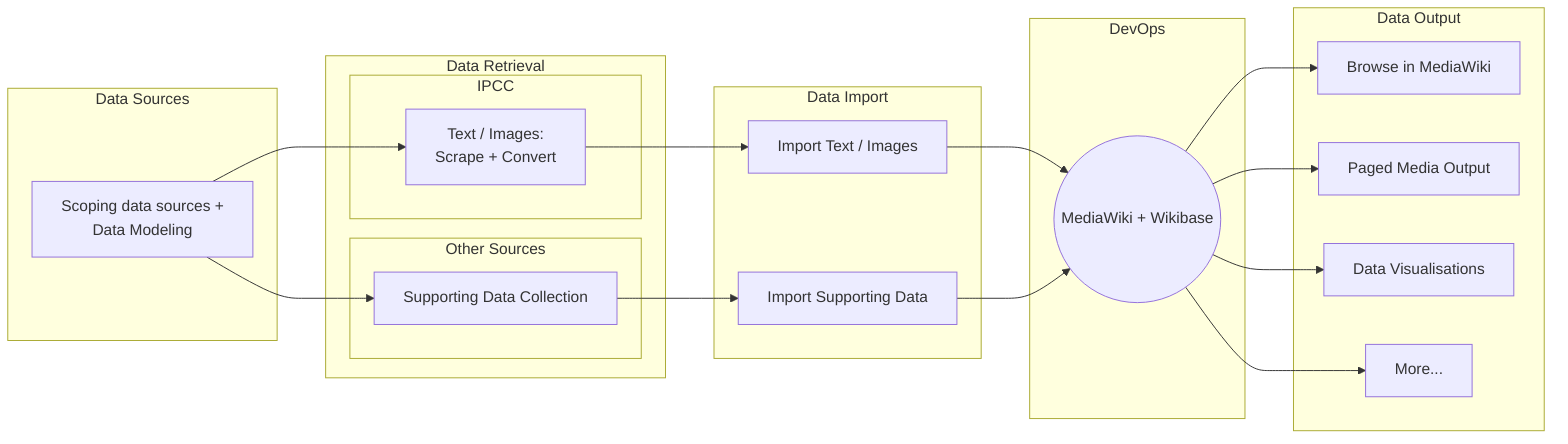
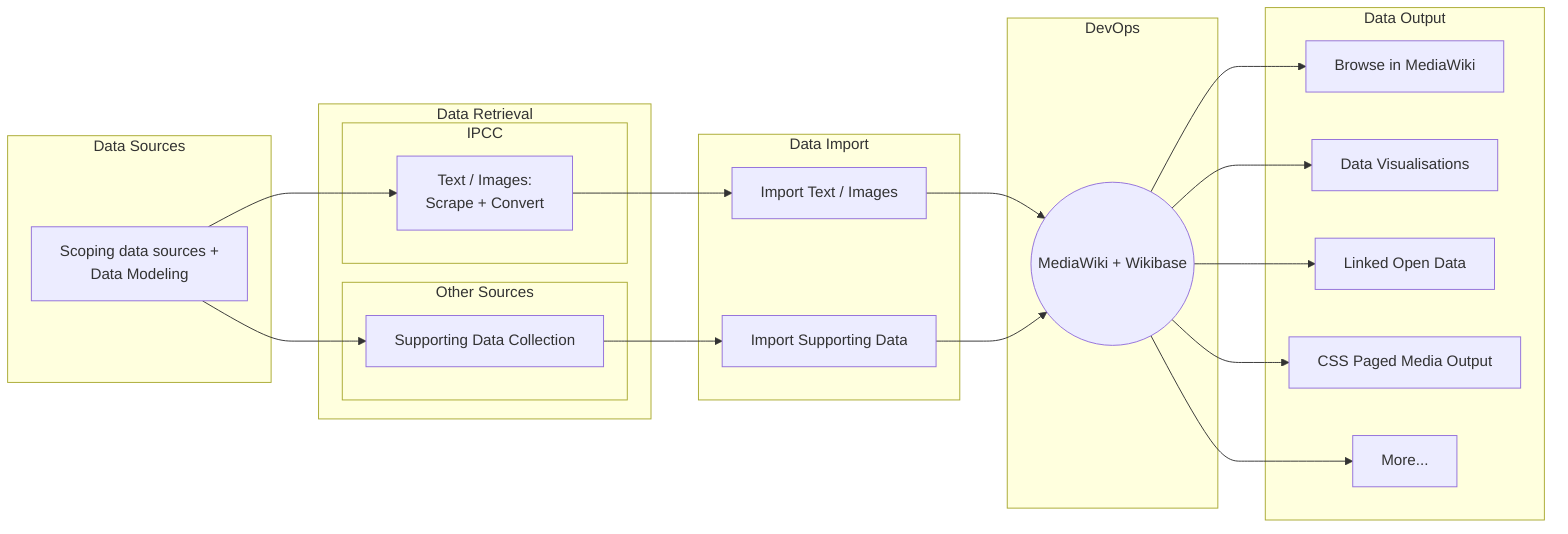
flowchart LR
    subgraph Data Sources
      A[Scoping data sources +<br>Data Modeling]
    end
    subgraph Data Retrieval
      subgraph IPCC
        B[Text / Images:<br>Scrape + Convert]
      end
      subgraph Other Sources
        C[Supporting Data Collection]
      end
    end
    subgraph Data Import
      D[Import Text / Images]
      E[Import Supporting Data]
    end
   subgraph DevOps
      F((MediaWiki + Wikibase))
   end
    subgraph Data Output
      G[Browse in MediaWiki]
-       H[Paged Media Output]
-       I[Data Visualisations]
-       J[More...]
+       H[Data Visualisations]
+       I[Linked Open Data]
+       J[CSS Paged Media Output]
+       K[More...]
    end
    A --> B
    B --> D
    A --> C
    C --> E
    D --> F
    E --> F
    F --> G
    F --> H
    F --> I
-     F --> J+     F --> J
+     F --> K